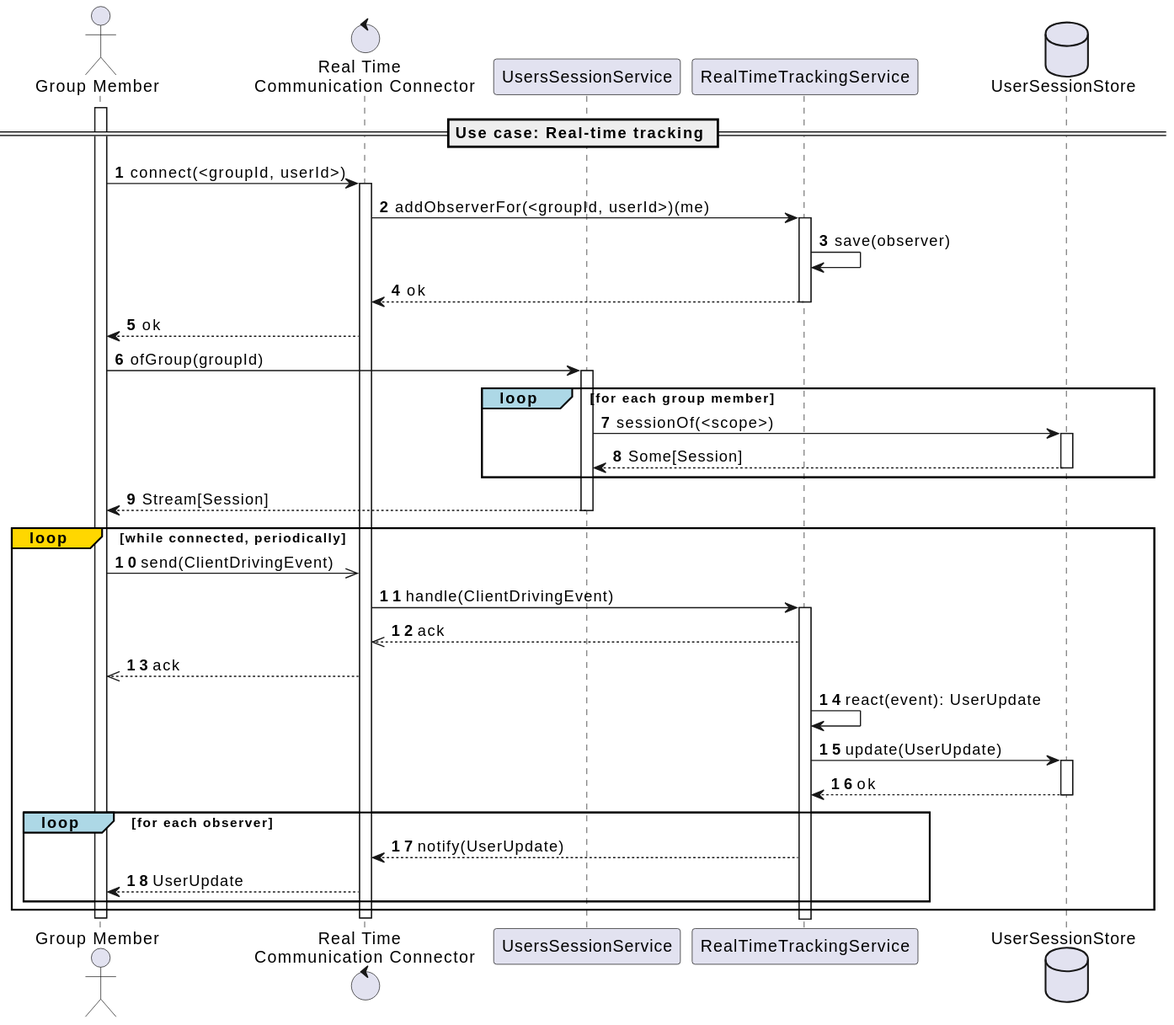
Above: res/location-service-interaction-light.svg in position-pal/position-pal.github.io (PlantUML), before the change.
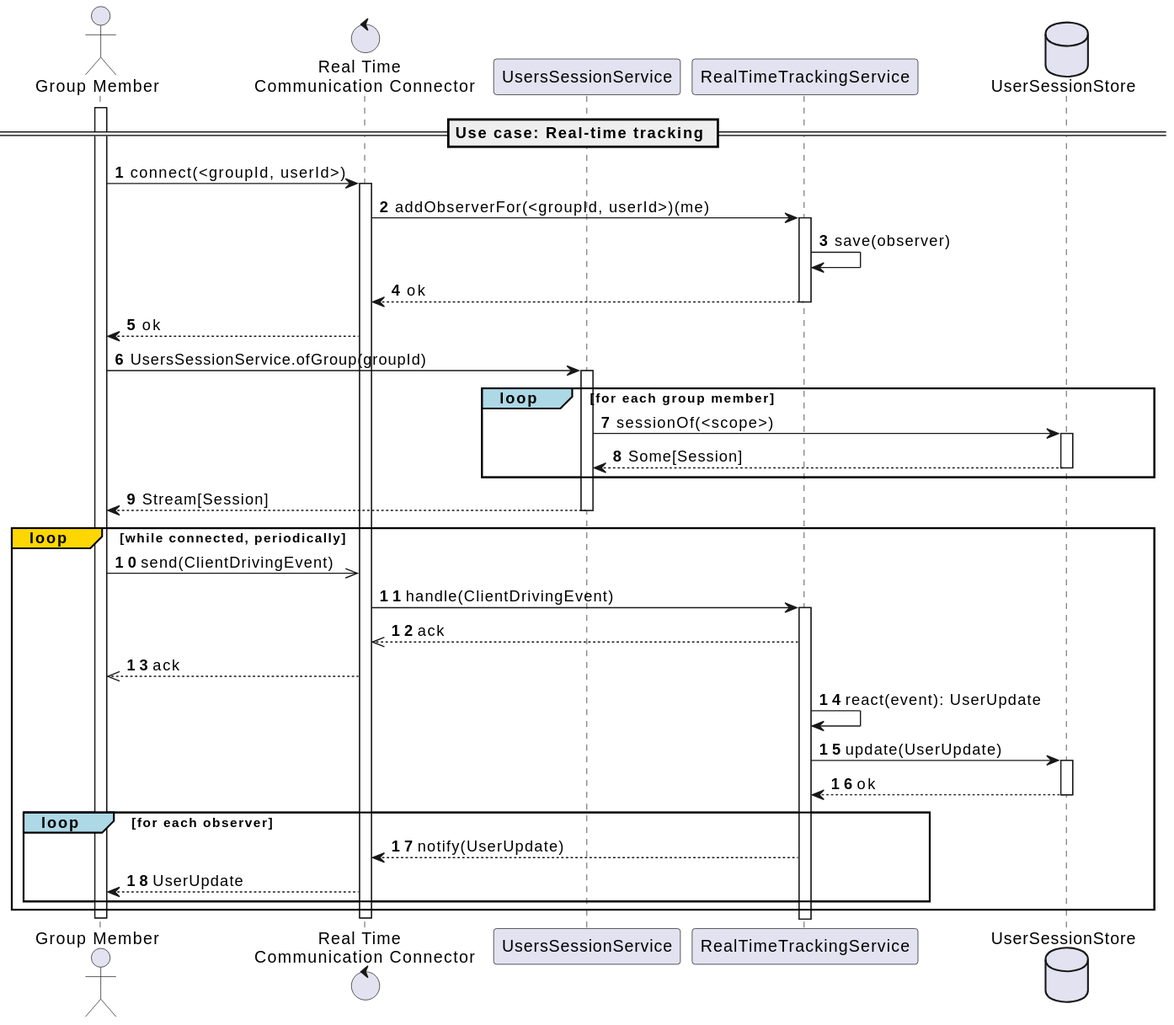
Above is the later version.

The edit, as a diff of the source:
```diff
@@ -20,7 +20,7 @@
 deactivate RTT
 RTC --> User: ok
 
-User -> USS: ofGroup(groupId)
+User -> USS: UsersSessionService.ofGroup(groupId)
 activate USS
 loop#Lightblue for each group member
     USS -> USSS: sessionOf(<scope>)
```
